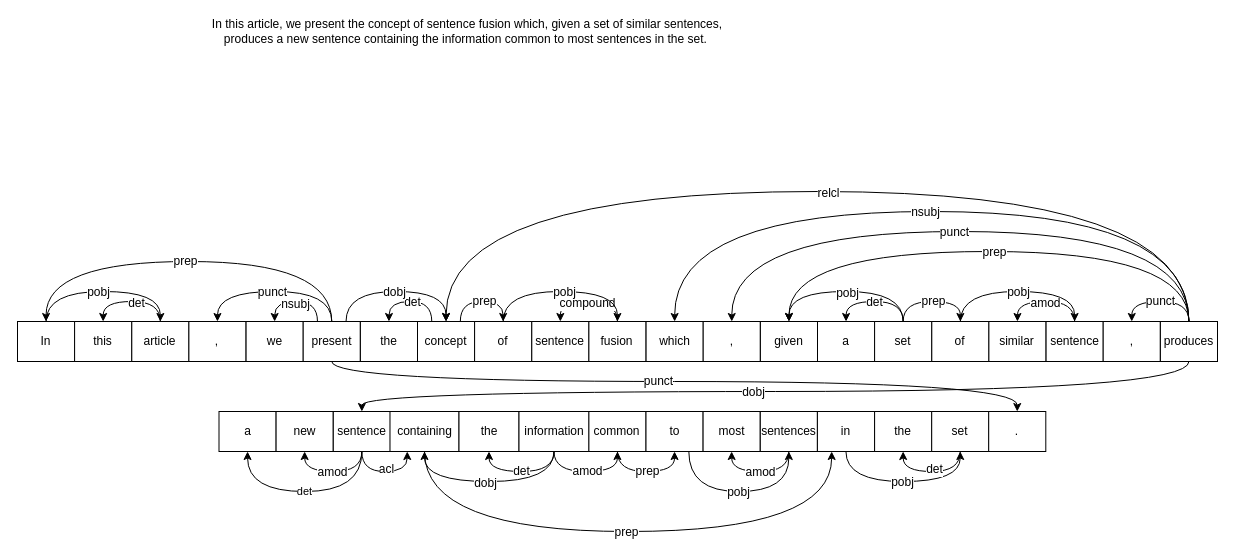
Earlier version of the draw.io diagram scentence.drawio (caramucho/drawio-repo). Source tidied: cells renumbered, new cells numbered last; positions are measured from the earlier drawing's top-left corner, leaving out a move shared by most shapes. Both pictures are drawn from the tidied source at 100%, with x=0, y=0 at pixel (17, 21).
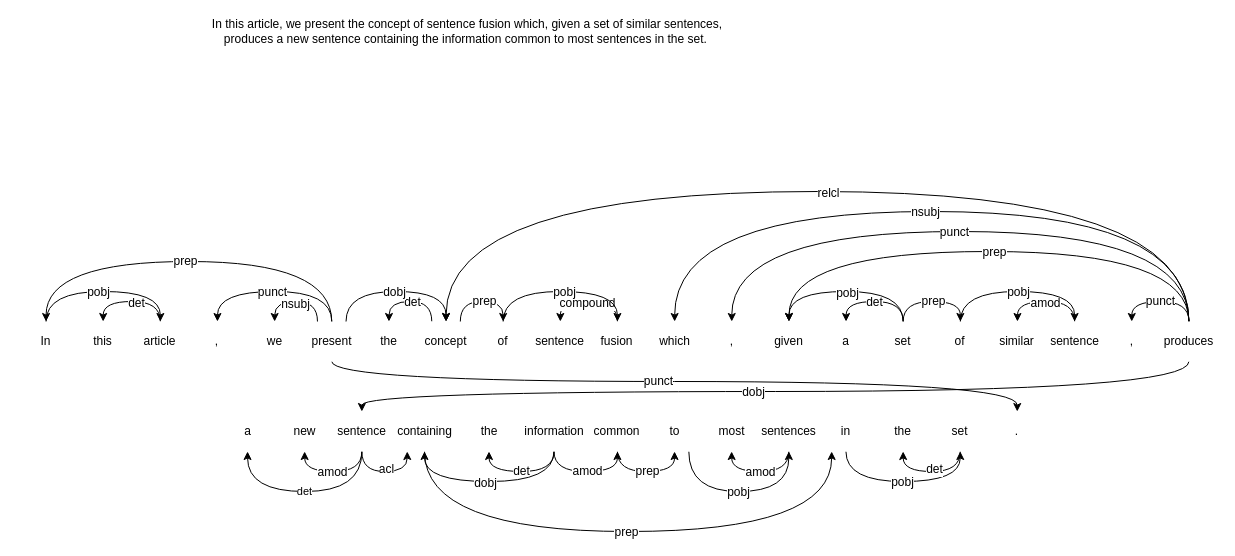
After the change.

Change to the diagram source:
```diff
@@
-    <mxCell id="3" value="In" style="rounded=0;whiteSpace=wrap;html=1;" parent="1" vertex="1">
+    <mxCell id="3" value="In" style="rounded=0;whiteSpace=wrap;html=1;strokeColor=none;" parent="1" vertex="1">
       <mxGeometry y="300" width="57.1" height="40" as="geometry" />
     </mxCell>
-    <mxCell id="4" value="this" style="rounded=0;whiteSpace=wrap;html=1;" parent="1" vertex="1">
+    <mxCell id="4" value="this" style="rounded=0;whiteSpace=wrap;html=1;strokeColor=none;" parent="1" vertex="1">
       <mxGeometry x="57.1" y="300" width="57.1" height="40" as="geometry" />
     </mxCell>
@@
-    <mxCell id="9" value="article" style="rounded=0;whiteSpace=wrap;html=1;" parent="1" vertex="1">
+    <mxCell id="9" value="article" style="rounded=0;whiteSpace=wrap;html=1;strokeColor=none;" parent="1" vertex="1">
       <mxGeometry x="114.3" y="300" width="57.1" height="40" as="geometry" />
     </mxCell>
@@
-    <mxCell id="12" value="," style="rounded=0;whiteSpace=wrap;html=1;" parent="1" vertex="1">
+    <mxCell id="12" value="," style="rounded=0;whiteSpace=wrap;html=1;strokeColor=none;" parent="1" vertex="1">
       <mxGeometry x="171.4" y="300" width="57.1" height="40" as="geometry" />
     </mxCell>
-    <mxCell id="13" value="we" style="rounded=0;whiteSpace=wrap;html=1;" parent="1" vertex="1">
+    <mxCell id="13" value="we" style="rounded=0;whiteSpace=wrap;html=1;strokeColor=none;" parent="1" vertex="1">
       <mxGeometry x="228.6" y="300" width="57.1" height="40" as="geometry" />
     </mxCell>
@@
-    <mxCell id="16" value="present" style="rounded=0;whiteSpace=wrap;html=1;" parent="1" vertex="1">
+    <mxCell id="16" value="present" style="rounded=0;whiteSpace=wrap;html=1;strokeColor=none;" parent="1" vertex="1">
       <mxGeometry x="285.7" y="300" width="57.1" height="40" as="geometry" />
     </mxCell>
@@
-    <mxCell id="21" value="the" style="rounded=0;whiteSpace=wrap;html=1;" parent="1" vertex="1">
+    <mxCell id="21" value="the" style="rounded=0;whiteSpace=wrap;html=1;strokeColor=none;" parent="1" vertex="1">
       <mxGeometry x="342.9" y="300" width="57.1" height="40" as="geometry" />
     </mxCell>
@@
-    <mxCell id="24" value="concept" style="rounded=0;whiteSpace=wrap;html=1;" parent="1" vertex="1">
+    <mxCell id="24" value="concept" style="rounded=0;whiteSpace=wrap;html=1;strokeColor=none;" parent="1" vertex="1">
       <mxGeometry x="400" y="300" width="57.1" height="40" as="geometry" />
     </mxCell>
@@
-    <mxCell id="27" value="of" style="rounded=0;whiteSpace=wrap;html=1;" parent="1" vertex="1">
+    <mxCell id="27" value="of" style="rounded=0;whiteSpace=wrap;html=1;strokeColor=none;" parent="1" vertex="1">
       <mxGeometry x="457.1" y="300" width="57.1" height="40" as="geometry" />
     </mxCell>
@@
-    <mxCell id="30" value="sentence" style="rounded=0;whiteSpace=wrap;html=1;" parent="1" vertex="1">
+    <mxCell id="30" value="sentence" style="rounded=0;whiteSpace=wrap;html=1;strokeColor=none;" parent="1" vertex="1">
       <mxGeometry x="514.3" y="300" width="57.1" height="40" as="geometry" />
     </mxCell>
@@
-    <mxCell id="33" value="fusion" style="rounded=0;whiteSpace=wrap;html=1;" parent="1" vertex="1">
+    <mxCell id="33" value="fusion" style="rounded=0;whiteSpace=wrap;html=1;strokeColor=none;" parent="1" vertex="1">
       <mxGeometry x="571.4" y="300" width="57.1" height="40" as="geometry" />
     </mxCell>
@@
-    <mxCell id="36" value="which" style="rounded=0;whiteSpace=wrap;html=1;" parent="1" vertex="1">
+    <mxCell id="36" value="which" style="rounded=0;whiteSpace=wrap;html=1;strokeColor=none;" parent="1" vertex="1">
       <mxGeometry x="628.6" y="300" width="57.1" height="40" as="geometry" />
     </mxCell>
-    <mxCell id="37" value="," style="rounded=0;whiteSpace=wrap;html=1;" parent="1" vertex="1">
+    <mxCell id="37" value="," style="rounded=0;whiteSpace=wrap;html=1;strokeColor=none;" parent="1" vertex="1">
       <mxGeometry x="685.7" y="300" width="57.1" height="40" as="geometry" />
     </mxCell>
-    <mxCell id="38" value="given" style="rounded=0;whiteSpace=wrap;html=1;" parent="1" vertex="1">
+    <mxCell id="38" value="given" style="rounded=0;whiteSpace=wrap;html=1;strokeColor=none;" parent="1" vertex="1">
       <mxGeometry x="742.9" y="300" width="57.1" height="40" as="geometry" />
     </mxCell>
-    <mxCell id="39" value="a" style="rounded=0;whiteSpace=wrap;html=1;" parent="1" vertex="1">
+    <mxCell id="39" value="a" style="rounded=0;whiteSpace=wrap;html=1;strokeColor=none;" parent="1" vertex="1">
       <mxGeometry x="800" y="300" width="57.1" height="40" as="geometry" />
     </mxCell>
@@
-    <mxCell id="44" value="set" style="rounded=0;whiteSpace=wrap;html=1;" parent="1" vertex="1">
+    <mxCell id="44" value="set" style="rounded=0;whiteSpace=wrap;html=1;strokeColor=none;" parent="1" vertex="1">
       <mxGeometry x="857.1" y="300" width="57.1" height="40" as="geometry" />
     </mxCell>
-    <mxCell id="45" value="of" style="rounded=0;whiteSpace=wrap;html=1;" parent="1" vertex="1">
+    <mxCell id="45" value="of" style="rounded=0;whiteSpace=wrap;html=1;strokeColor=none;" parent="1" vertex="1">
       <mxGeometry x="914.3" y="300" width="57.1" height="40" as="geometry" />
     </mxCell>
@@
-    <mxCell id="48" value="similar" style="rounded=0;whiteSpace=wrap;html=1;" parent="1" vertex="1">
+    <mxCell id="48" value="similar" style="rounded=0;whiteSpace=wrap;html=1;strokeColor=none;" parent="1" vertex="1">
       <mxGeometry x="971.4" y="300" width="57.1" height="40" as="geometry" />
     </mxCell>
@@
-    <mxCell id="51" value="sentence" style="rounded=0;whiteSpace=wrap;html=1;" parent="1" vertex="1">
+    <mxCell id="51" value="sentence" style="rounded=0;whiteSpace=wrap;html=1;strokeColor=none;" parent="1" vertex="1">
       <mxGeometry x="1028.6" y="300" width="57.1" height="40" as="geometry" />
     </mxCell>
@@
-    <mxCell id="54" value="," style="rounded=0;whiteSpace=wrap;html=1;" parent="1" vertex="1">
+    <mxCell id="54" value="," style="rounded=0;whiteSpace=wrap;html=1;strokeColor=none;" parent="1" vertex="1">
       <mxGeometry x="1085.7" y="300" width="57.1" height="40" as="geometry" />
     </mxCell>
@@
-    <mxCell id="67" value="produces" style="rounded=0;whiteSpace=wrap;html=1;" parent="1" vertex="1">
+    <mxCell id="67" value="produces" style="rounded=0;whiteSpace=wrap;html=1;strokeColor=none;" parent="1" vertex="1">
       <mxGeometry x="1142.9" y="300" width="57.1" height="40" as="geometry" />
     </mxCell>
-    <mxCell id="68" value="a" style="rounded=0;whiteSpace=wrap;html=1;" parent="1" vertex="1">
+    <mxCell id="68" value="a" style="rounded=0;whiteSpace=wrap;html=1;strokeColor=none;" parent="1" vertex="1">
       <mxGeometry x="201.5" y="390" width="57.1" height="40" as="geometry" />
     </mxCell>
-    <mxCell id="69" value="new" style="rounded=0;whiteSpace=wrap;html=1;" parent="1" vertex="1">
+    <mxCell id="69" value="new" style="rounded=0;whiteSpace=wrap;html=1;strokeColor=none;" parent="1" vertex="1">
       <mxGeometry x="258.6" y="390" width="57.1" height="40" as="geometry" />
     </mxCell>
@@
-    <mxCell id="75" value="sentence" style="rounded=0;whiteSpace=wrap;html=1;" parent="1" vertex="1">
+    <mxCell id="75" value="sentence" style="rounded=0;whiteSpace=wrap;html=1;strokeColor=none;" parent="1" vertex="1">
       <mxGeometry x="315.8" y="390" width="57.1" height="40" as="geometry" />
     </mxCell>
@@
-    <mxCell id="78" value="containing" style="rounded=0;whiteSpace=wrap;html=1;" parent="1" vertex="1">
+    <mxCell id="78" value="containing" style="rounded=0;whiteSpace=wrap;html=1;strokeColor=none;" parent="1" vertex="1">
       <mxGeometry x="372.5" y="390" width="69" height="40" as="geometry" />
     </mxCell>
-    <mxCell id="79" value="the" style="rounded=0;whiteSpace=wrap;html=1;" parent="1" vertex="1">
+    <mxCell id="79" value="the" style="rounded=0;whiteSpace=wrap;html=1;strokeColor=none;" parent="1" vertex="1">
       <mxGeometry x="441.5" y="390" width="60" height="40" as="geometry" />
     </mxCell>
@@
-    <mxCell id="86" value="information" style="rounded=0;whiteSpace=wrap;html=1;" parent="1" vertex="1">
+    <mxCell id="86" value="information" style="rounded=0;whiteSpace=wrap;html=1;strokeColor=none;" parent="1" vertex="1">
       <mxGeometry x="501.5" y="390" width="70" height="40" as="geometry" />
     </mxCell>
@@
-    <mxCell id="89" value="common" style="rounded=0;whiteSpace=wrap;html=1;" parent="1" vertex="1">
+    <mxCell id="89" value="common" style="rounded=0;whiteSpace=wrap;html=1;strokeColor=none;" parent="1" vertex="1">
       <mxGeometry x="571.4" y="390" width="57.1" height="40" as="geometry" />
     </mxCell>
@@
-    <mxCell id="92" value="to" style="rounded=0;whiteSpace=wrap;html=1;" parent="1" vertex="1">
+    <mxCell id="92" value="to" style="rounded=0;whiteSpace=wrap;html=1;strokeColor=none;" parent="1" vertex="1">
       <mxGeometry x="628.5" y="390" width="57.1" height="40" as="geometry" />
     </mxCell>
-    <mxCell id="93" value="most" style="rounded=0;whiteSpace=wrap;html=1;" parent="1" vertex="1">
+    <mxCell id="93" value="most" style="rounded=0;whiteSpace=wrap;html=1;strokeColor=none;" parent="1" vertex="1">
       <mxGeometry x="685.6" y="390" width="57.1" height="40" as="geometry" />
     </mxCell>
@@
-    <mxCell id="96" value="sentences" style="rounded=0;whiteSpace=wrap;html=1;" parent="1" vertex="1">
+    <mxCell id="96" value="sentences" style="rounded=0;whiteSpace=wrap;html=1;strokeColor=none;" parent="1" vertex="1">
       <mxGeometry x="742.8" y="390" width="57.1" height="40" as="geometry" />
     </mxCell>
@@
-    <mxCell id="99" value="in" style="rounded=0;whiteSpace=wrap;html=1;" parent="1" vertex="1">
+    <mxCell id="99" value="in" style="rounded=0;whiteSpace=wrap;html=1;strokeColor=none;" parent="1" vertex="1">
       <mxGeometry x="799.9" y="390" width="57.1" height="40" as="geometry" />
     </mxCell>
-    <mxCell id="100" value="the" style="rounded=0;whiteSpace=wrap;html=1;" parent="1" vertex="1">
+    <mxCell id="100" value="the" style="rounded=0;whiteSpace=wrap;html=1;strokeColor=none;" parent="1" vertex="1">
       <mxGeometry x="857.1" y="390" width="57.1" height="40" as="geometry" />
     </mxCell>
@@
-    <mxCell id="103" value="set" style="rounded=0;whiteSpace=wrap;html=1;" parent="1" vertex="1">
+    <mxCell id="103" value="set" style="rounded=0;whiteSpace=wrap;html=1;strokeColor=none;" parent="1" vertex="1">
       <mxGeometry x="914.2" y="390" width="57.1" height="40" as="geometry" />
     </mxCell>
-    <mxCell id="104" value="." style="rounded=0;whiteSpace=wrap;html=1;" parent="1" vertex="1">
+    <mxCell id="104" value="." style="rounded=0;whiteSpace=wrap;html=1;strokeColor=none;" parent="1" vertex="1">
       <mxGeometry x="971.2" y="390" width="57.1" height="40" as="geometry" />
     </mxCell>
```
